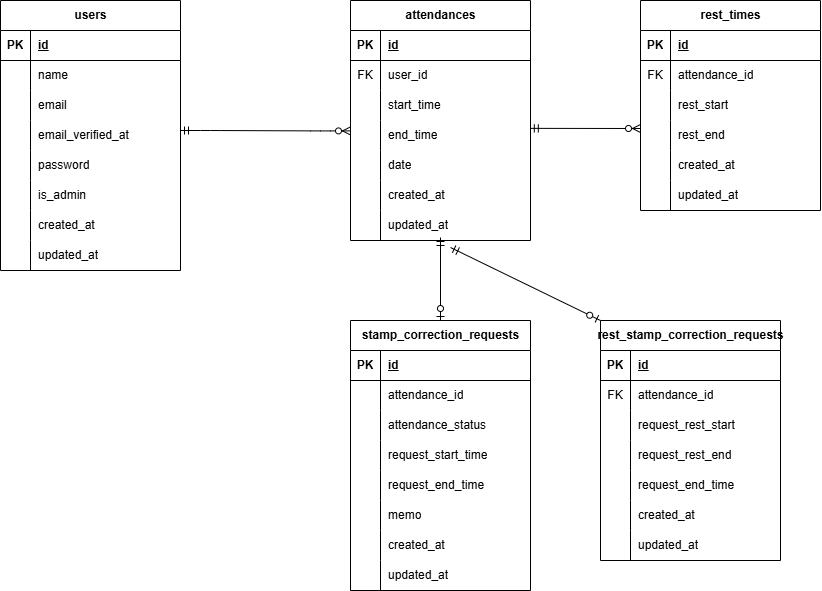
Before: erd.drawio.png, a diagram exported from draw.io (Toriyamayoshihiro/test2). Source tidied: cells renumbered, new cells last; positions are measured from the earlier drawing's top-left corner, leaving out a move shared by most shapes.
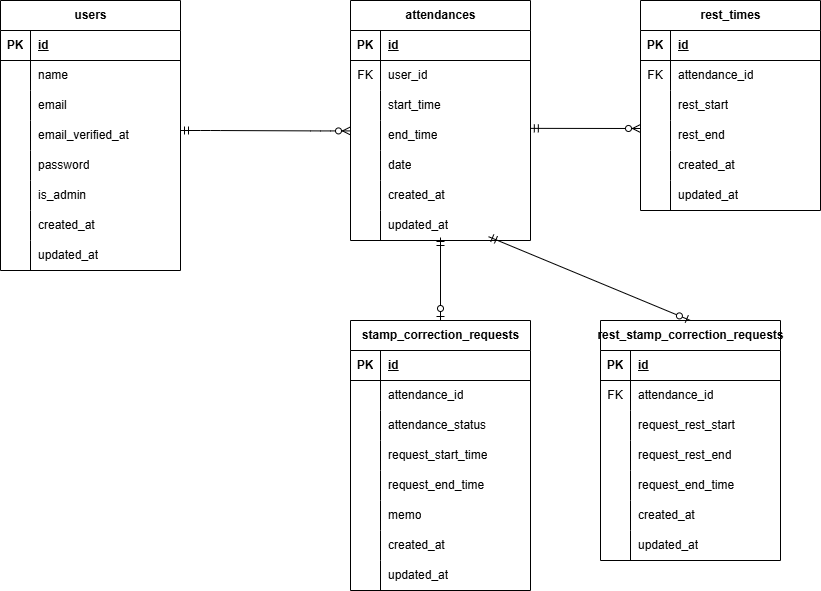
After the change.

The edit, as a diff of the source:
```diff
@@ -360,10 +360,8 @@
         <mxPoint x="440" y="237" as="sourcePoint" />
       </mxGeometry>
     </mxCell>
-    <mxCell id="118" style="fontSize=12;html=1;endArrow=ERzeroToOne;startArrow=ERmandOne;entryX=0;entryY=0;entryDx=0;entryDy=0;" parent="1" edge="1" target="93">
-      <mxGeometry relative="1" as="geometry">
-        <mxPoint x="450" y="247" as="sourcePoint" />
-      </mxGeometry>
+    <mxCell id="118" style="fontSize=12;html=1;endArrow=ERzeroToOne;startArrow=ERmandOne;exitX=0.767;exitY=0.873;exitDx=0;exitDy=0;exitPerimeter=0;entryX=0.5;entryY=0;entryDx=0;entryDy=0;" parent="1" edge="1" source="46" target="93">
+      <mxGeometry relative="1" as="geometry" />
     </mxCell>
   </root>
 </mxGraphModel>
```
